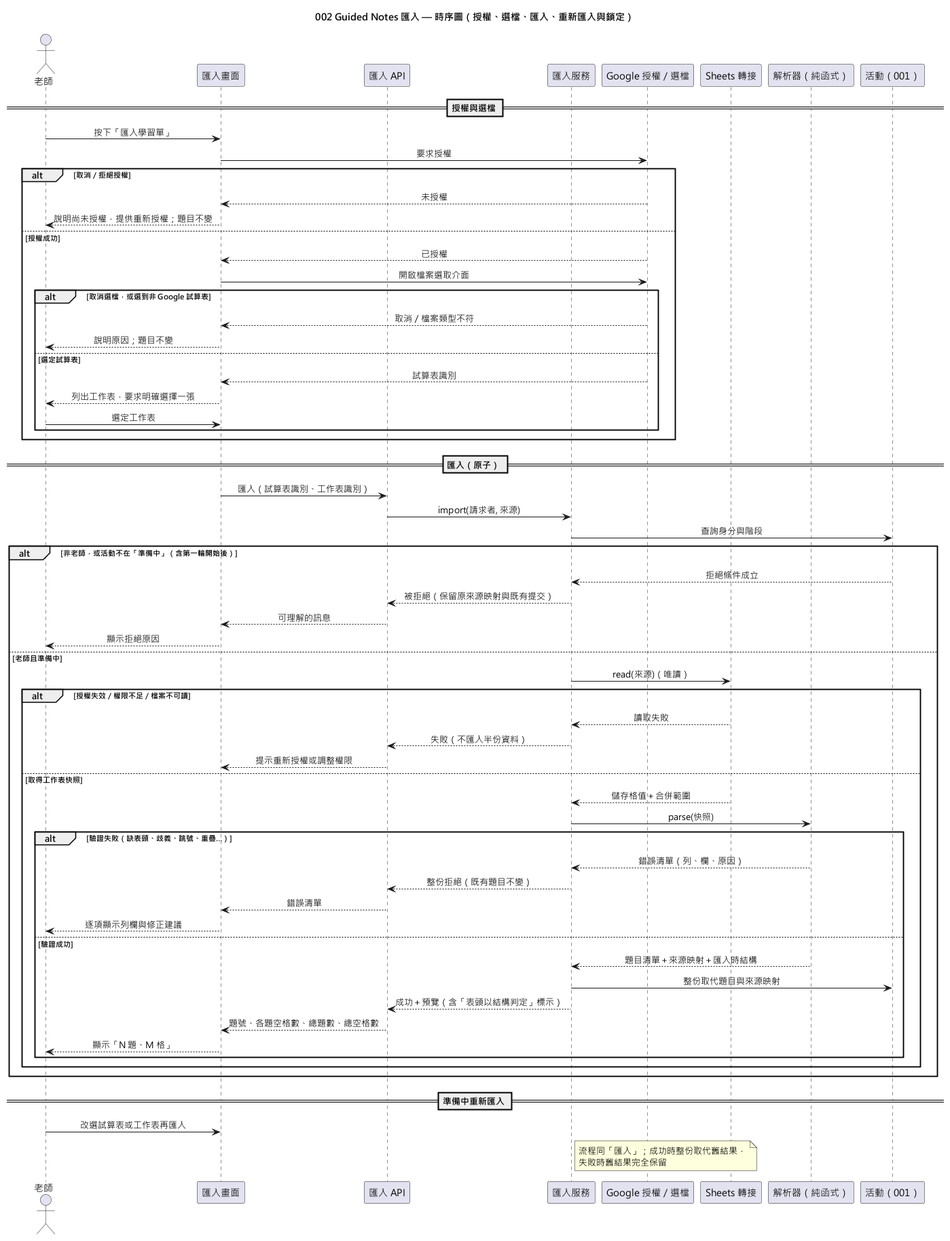
EricC430/lecture-answer-first_group16_speckit keeps this PlantUML diagram as diagrams/002-guided-notes-import-sequence.png. Above is the earlier version. Source of this version:
```plantuml
@startuml 002-guided-notes-import-sequence
skinparam defaultFontName "Microsoft JhengHei"
skinparam sequenceMessageAlign center
title 002 Guided Notes 匯入 — 時序圖（授權、選檔、匯入、重新匯入與鎖定）

actor "老師" as T
participant "匯入畫面" as UI
participant "匯入 API" as API
participant "匯入服務" as S
participant "Google 授權／選檔" as G
participant "Sheets 轉接" as SA
participant "解析器（純函式）" as P
participant "活動（001）" as A

== 授權與選檔 ==
T -> UI : 按下「匯入學習單」
UI -> G : 要求授權
alt 取消／拒絕授權
  G --> UI : 未授權
  UI --> T : 說明尚未授權，提供重新授權；題目不變
else 授權成功
  G --> UI : 已授權
  UI -> G : 開啟檔案選取介面
  alt 取消選檔，或選到非 Google 試算表
    G --> UI : 取消／檔案類型不符
    UI --> T : 說明原因；題目不變
  else 選定試算表
    G --> UI : 試算表識別
    UI --> T : 列出工作表，要求明確選擇一張
    T -> UI : 選定工作表
  end
end

== 匯入（原子） ==
UI -> API : 匯入（試算表識別、工作表識別）
API -> S : import(請求者, 來源)
S -> A : 查詢身分與階段
alt 非老師，或活動不在「準備中」（含第一輪開始後）
  A --> S : 拒絕條件成立
  S --> API : 被拒絕（保留原來源映射與既有提交）
  API --> UI : 可理解的訊息
  UI --> T : 顯示拒絕原因
else 老師且準備中
  S -> SA : read(來源)（唯讀）
  alt 授權失效／權限不足／檔案不可讀
    SA --> S : 讀取失敗
    S --> API : 失敗（不匯入半份資料）
    API --> UI : 提示重新授權或調整權限
  else 取得工作表快照
    SA --> S : 儲存格值＋合併範圍
    S -> P : parse(快照)
    alt 驗證失敗（缺表頭、歧義、跳號、重疊…）
      P --> S : 錯誤清單（列、欄、原因）
      S --> API : 整份拒絕（既有題目不變）
      API --> UI : 錯誤清單
      UI --> T : 逐項顯示列欄與修正建議
    else 驗證成功
      P --> S : 題目清單＋來源映射＋匯入時結構
      S -> A : 整份取代題目與來源映射
      S --> API : 成功＋預覽（含「表頭以結構判定」標示）
      API --> UI : 題號、各題空格數、總題數、總空格數
      UI --> T : 顯示「N 題、M 格」
    end
  end
end

== 準備中重新匯入 ==
T -> UI : 改選試算表或工作表再匯入
note right of S : 流程同「匯入」；成功時整份取代舊結果，\n失敗時舊結果完全保留
@enduml
```
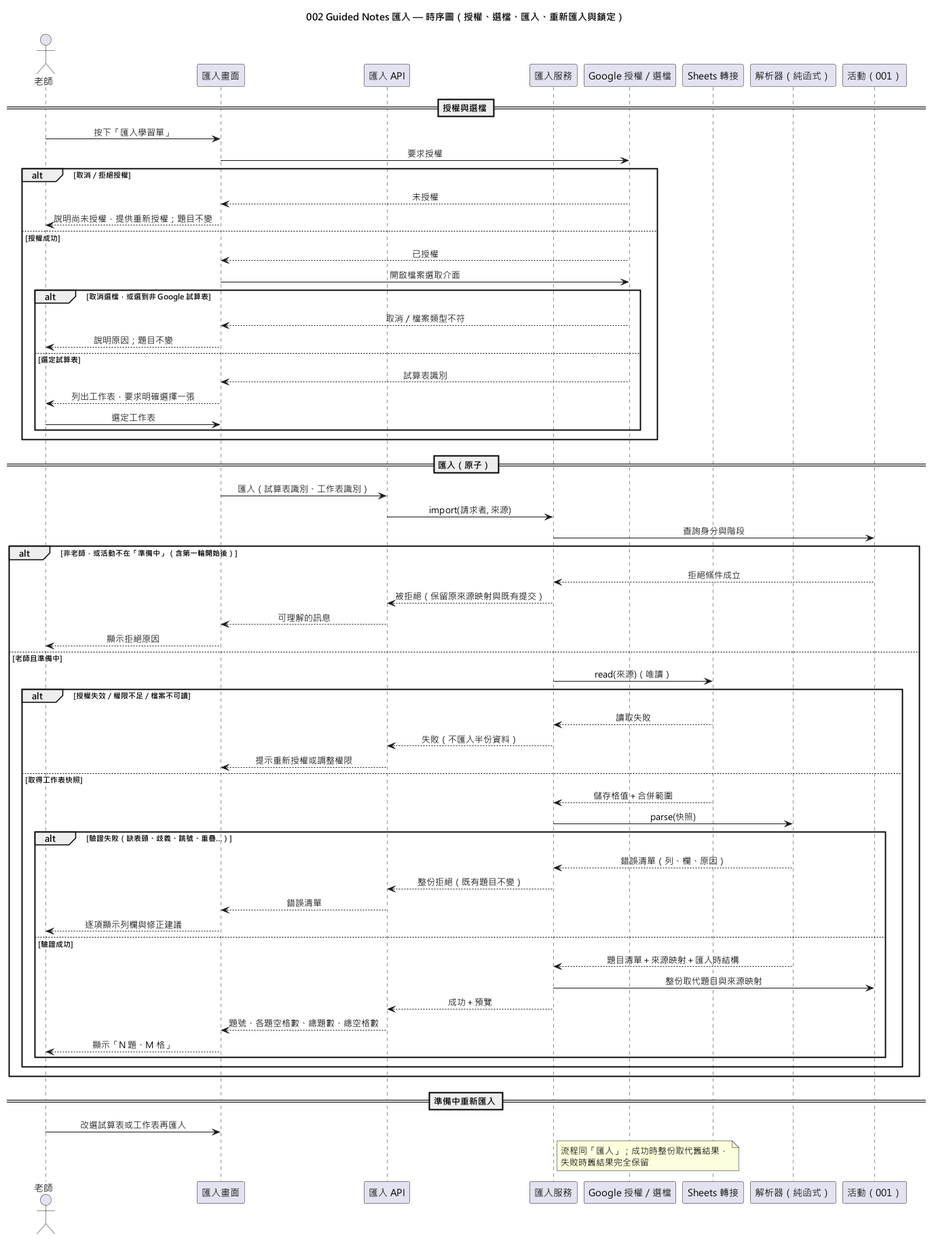
Later version of the same file.

The edit, as a diff of the source:
```diff
@@ -57,7 +57,7 @@
     else 驗證成功
       P --> S : 題目清單＋來源映射＋匯入時結構
       S -> A : 整份取代題目與來源映射
-      S --> API : 成功＋預覽（含「表頭以結構判定」標示）
+      S --> API : 成功＋預覽
       API --> UI : 題號、各題空格數、總題數、總空格數
       UI --> T : 顯示「N 題、M 格」
     end
```
